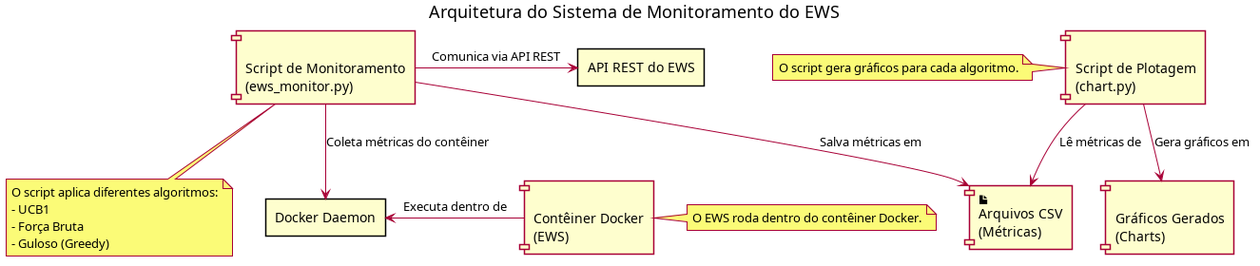
Above: docs/big-picture.png in italomanzine/ews_project (PlantUML), before the change. Its source is kept beside it as docs/big-picture.puml.
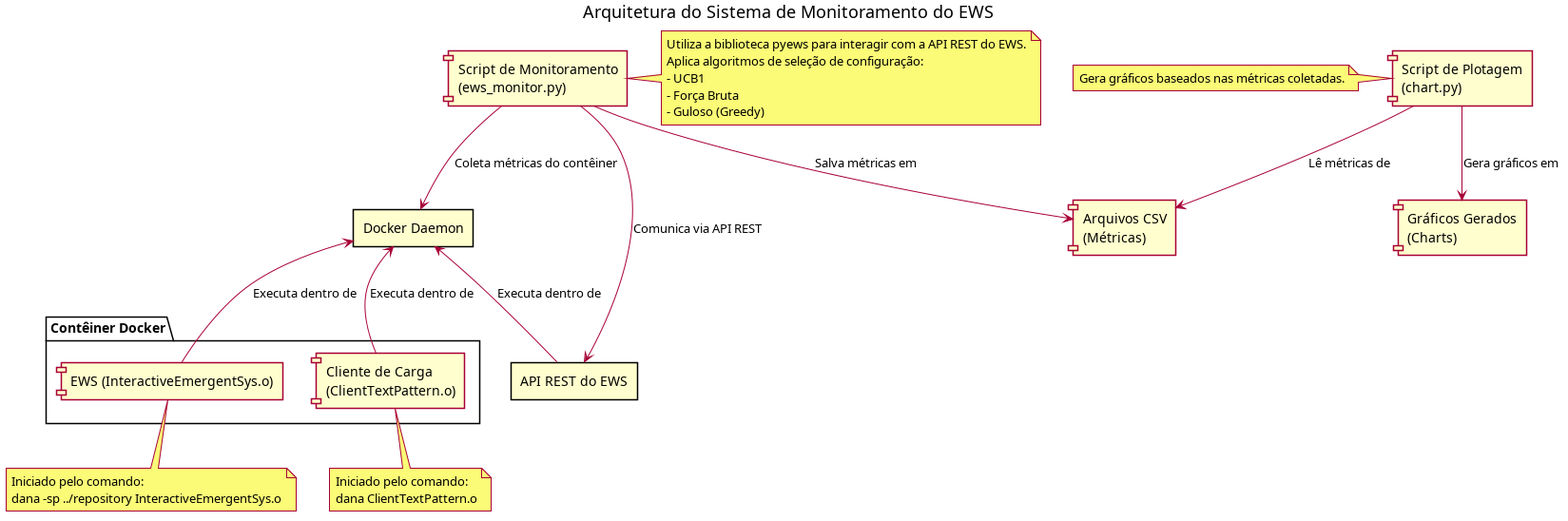
After the commit.

Commit message:
Refactor system architecture diagram in big-picture.puml

Change to the diagram source:
```diff
@@ -1,49 +1,58 @@
 @startuml
-
-!define ICONPATH ./icons
-
-!include ICONPATH/docker.puml
-!include ICONPATH/python.puml
-!include ICONPATH/file.puml
-!include ICONPATH/chart.puml
 
 skinparam componentStyle rectangle
 skinparam shadowing false
 
 title Arquitetura do Sistema de Monitoramento do EWS
 
-component [<&docker>\nContêiner Docker\n(EWS)] as DockerContainer
-component [<&python>\nScript de Monitoramento\n(ews_monitor.py)] as MonitorScript
-component [<&python>\nScript de Plotagem\n(chart.py)] as ChartScript
-component [<&file>\nArquivos CSV\n(Métricas)] as CSVFiles
-component [<&chart>\nGráficos Gerados\n(Charts)] as Charts
 
+package "Contêiner Docker" {
+    [EWS (InteractiveEmergentSys.o)] as EWS
+    [Cliente de Carga\n(ClientTextPattern.o)] as ClientLoad
+}
+
+component [Script de Monitoramento\n(ews_monitor.py)] as MonitorScript
+component [Script de Plotagem\n(chart.py)] as ChartScript
+component [Arquivos CSV\n(Métricas)] as CSVFiles
+component [Gráficos Gerados\n(Charts)] as Charts
 
 rectangle "Docker Daemon" as DockerDaemon
 rectangle "API REST do EWS" as EWSAPI
 
 
-DockerContainer -left-> DockerDaemon : Executa dentro de
+EWS -up-> DockerDaemon : Executa dentro de
+ClientLoad -up-> DockerDaemon : Executa dentro de
+
 MonitorScript -down-> DockerDaemon : Coleta métricas do contêiner
 MonitorScript -right-> EWSAPI : Comunica via API REST
 MonitorScript -down-> CSVFiles : Salva métricas em
+
+EWSAPI -up-> DockerDaemon : Executa dentro de
+
 ChartScript -down-> CSVFiles : Lê métricas de
 ChartScript -down-> Charts : Gera gráficos em
 
 
-note right of DockerContainer
-  O EWS roda dentro do contêiner Docker.
+note bottom of EWS
+  Iniciado pelo comando:
+  dana -sp ../repository InteractiveEmergentSys.o
 end note
 
-note bottom of MonitorScript
-  O script aplica diferentes algoritmos:
+note bottom of ClientLoad
+  Iniciado pelo comando:
+  dana ClientTextPattern.o
+end note
+
+note right of MonitorScript
+  Utiliza a biblioteca pyews para interagir com a API REST do EWS.
+  Aplica algoritmos de seleção de configuração:
   - UCB1
   - Força Bruta
   - Guloso (Greedy)
 end note
 
 note left of ChartScript
-  O script gera gráficos para cada algoritmo.
+  Gera gráficos baseados nas métricas coletadas.
 end note
 
 @enduml
```
